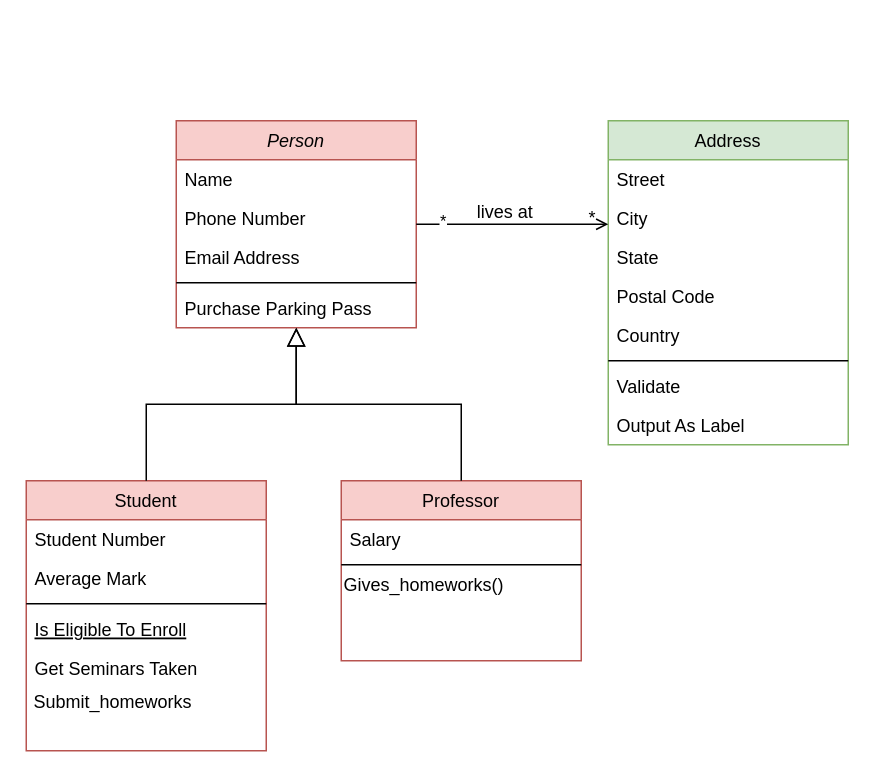
The draw.io diagram Marta Diagram.drawio in martavohnoutova/Marta-Github-Local, before the edit. Source tidied: cells renumbered, new cells numbered last; positions are measured from the earlier drawing's top-left corner, leaving out a move shared by most shapes. Both pictures are drawn from the tidied source at 150%, with x=0, y=0 at pixel (26, 120).
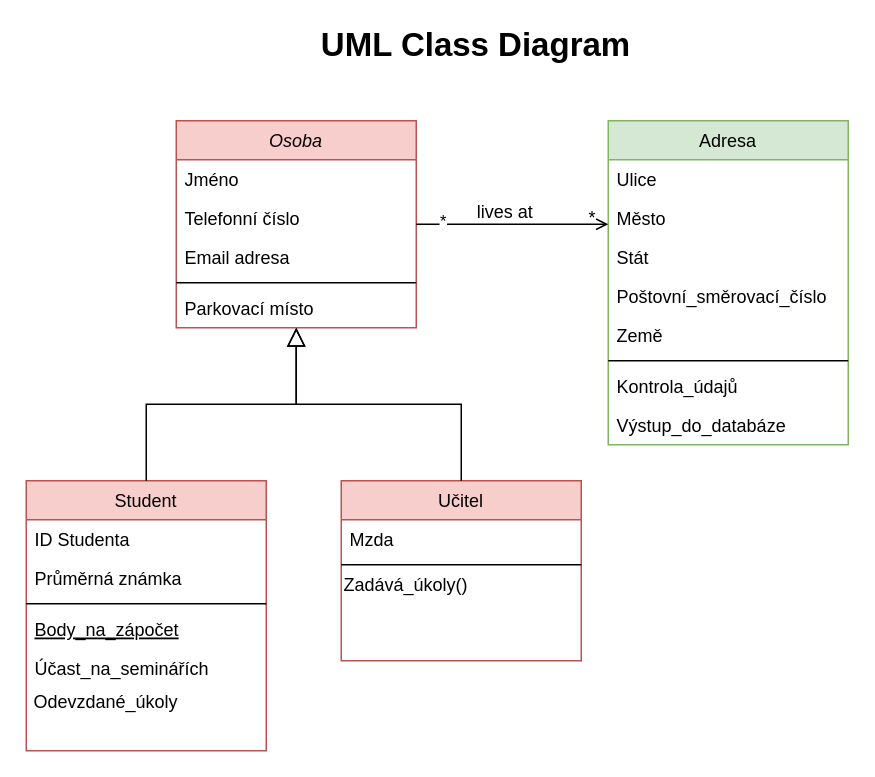
The same diagram, later.

Commit message:
Marta UML Class.drawio

The change refers to these unchanged cells:
```xml
<mxCell id="8" value="Student" style="swimlane;fontStyle=0;align=center;verticalAlign=top;horizontal=1;startSize=26;rounded=0;shadow=0;strokeWidth=1;fillColor=#f8cecc;strokeColor=#b85450;" parent="1" vertex="1">
  <mxGeometry y="240" width="160" height="180" as="geometry" />
</mxCell>
```

The edit, as a diff of the source:
```diff
@@
-    <mxCell id="2" value="Person" style="swimlane;fontStyle=2;align=center;verticalAlign=top;horizontal=1;startSize=26;rounded=0;shadow=0;strokeWidth=1;fillColor=#f8cecc;strokeColor=#b85450;" parent="1" vertex="1">
+    <mxCell id="2" value="Osoba" style="swimlane;fontStyle=2;align=center;verticalAlign=top;horizontal=1;startSize=26;rounded=0;shadow=0;strokeWidth=1;fillColor=#f8cecc;strokeColor=#b85450;" parent="1" vertex="1">
       <mxGeometry x="100" width="160" height="138" as="geometry" />
     </mxCell>
-    <mxCell id="3" value="Name" style="text;align=left;verticalAlign=top;spacingLeft=4;spacingRight=4;overflow=hidden;" parent="2" vertex="1">
+    <mxCell id="3" value="Jméno" style="text;align=left;verticalAlign=top;spacingLeft=4;spacingRight=4;overflow=hidden;" parent="2" vertex="1">
       <mxGeometry y="26" width="160" height="26" as="geometry" />
     </mxCell>
-    <mxCell id="4" value="Phone Number" style="text;align=left;verticalAlign=top;spacingLeft=4;spacingRight=4;overflow=hidden;rounded=0;shadow=0;html=0;" parent="2" vertex="1">
+    <mxCell id="4" value="Telefonní číslo" style="text;align=left;verticalAlign=top;spacingLeft=4;spacingRight=4;overflow=hidden;rounded=0;shadow=0;html=0;" parent="2" vertex="1">
       <mxGeometry y="52" width="160" height="26" as="geometry" />
     </mxCell>
-    <mxCell id="5" value="Email Address" style="text;align=left;verticalAlign=top;spacingLeft=4;spacingRight=4;overflow=hidden;rounded=0;shadow=0;html=0;" parent="2" vertex="1">
+    <mxCell id="5" value="Email adresa" style="text;align=left;verticalAlign=top;spacingLeft=4;spacingRight=4;overflow=hidden;rounded=0;shadow=0;html=0;" parent="2" vertex="1">
       <mxGeometry y="78" width="160" height="26" as="geometry" />
     </mxCell>
@@
-    <mxCell id="7" value="Purchase Parking Pass" style="text;align=left;verticalAlign=top;spacingLeft=4;spacingRight=4;overflow=hidden;" parent="2" vertex="1">
+    <mxCell id="7" value="Parkovací místo" style="text;align=left;verticalAlign=top;spacingLeft=4;spacingRight=4;overflow=hidden;" parent="2" vertex="1">
       <mxGeometry y="112" width="160" height="26" as="geometry" />
     </mxCell>
@@
-    <mxCell id="9" value="Student Number" style="text;align=left;verticalAlign=top;spacingLeft=4;spacingRight=4;overflow=hidden;" parent="8" vertex="1">
+    <mxCell id="9" value="ID Studenta" style="text;align=left;verticalAlign=top;spacingLeft=4;spacingRight=4;overflow=hidden;" parent="8" vertex="1">
       <mxGeometry y="26" width="160" height="26" as="geometry" />
     </mxCell>
-    <mxCell id="10" value="Average Mark" style="text;align=left;verticalAlign=top;spacingLeft=4;spacingRight=4;overflow=hidden;rounded=0;shadow=0;html=0;" parent="8" vertex="1">
+    <mxCell id="10" value="Průměrná známka" style="text;align=left;verticalAlign=top;spacingLeft=4;spacingRight=4;overflow=hidden;rounded=0;shadow=0;html=0;" parent="8" vertex="1">
       <mxGeometry y="52" width="160" height="26" as="geometry" />
     </mxCell>
@@
-    <mxCell id="12" value="Is Eligible To Enroll" style="text;align=left;verticalAlign=top;spacingLeft=4;spacingRight=4;overflow=hidden;fontStyle=4;" parent="8" vertex="1">
+    <mxCell id="12" value="Body_na_zápočet" style="text;align=left;verticalAlign=top;spacingLeft=4;spacingRight=4;overflow=hidden;fontStyle=4;" parent="8" vertex="1">
       <mxGeometry y="86" width="160" height="26" as="geometry" />
     </mxCell>
-    <mxCell id="13" value="Get Seminars Taken" style="text;align=left;verticalAlign=top;spacingLeft=4;spacingRight=4;overflow=hidden;" parent="8" vertex="1">
+    <mxCell id="13" value="Účast_na_seminářích" style="text;align=left;verticalAlign=top;spacingLeft=4;spacingRight=4;overflow=hidden;" parent="8" vertex="1">
       <mxGeometry y="112" width="160" height="26" as="geometry" />
     </mxCell>
-    <mxCell id="14" value="&amp;nbsp;Submit_homeworks" style="text;html=1;align=left;verticalAlign=middle;strokeColor=none;" parent="8" vertex="1">
+    <mxCell id="14" value="&amp;nbsp;Odevzdané_úkoly" style="text;html=1;align=left;verticalAlign=middle;strokeColor=none;" parent="8" vertex="1">
       <mxGeometry y="138" width="160" height="20" as="geometry" />
     </mxCell>
@@
-    <mxCell id="16" value="Professor" style="swimlane;fontStyle=0;align=center;verticalAlign=top;horizontal=1;startSize=26;rounded=0;shadow=0;strokeWidth=1;fillColor=#f8cecc;strokeColor=#b85450;" parent="1" vertex="1">
+    <mxCell id="16" value="Učitel" style="swimlane;fontStyle=0;align=center;verticalAlign=top;horizontal=1;startSize=26;rounded=0;shadow=0;strokeWidth=1;fillColor=#f8cecc;strokeColor=#b85450;" parent="1" vertex="1">
       <mxGeometry x="210" y="240" width="160" height="120" as="geometry" />
     </mxCell>
-    <mxCell id="17" value="Salary" style="text;align=left;verticalAlign=top;spacingLeft=4;spacingRight=4;overflow=hidden;" parent="16" vertex="1">
+    <mxCell id="17" value="Mzda" style="text;align=left;verticalAlign=top;spacingLeft=4;spacingRight=4;overflow=hidden;" parent="16" vertex="1">
       <mxGeometry y="26" width="160" height="26" as="geometry" />
     </mxCell>
@@
-    <mxCell id="19" value="Gives_homeworks()" style="text;html=1;align=left;verticalAlign=middle;strokeColor=none;" parent="16" vertex="1">
+    <mxCell id="19" value="Zadává_úkoly()" style="text;html=1;align=left;verticalAlign=middle;strokeColor=none;" parent="16" vertex="1">
       <mxGeometry y="60" width="160" height="20" as="geometry" />
     </mxCell>
@@
-    <mxCell id="21" value="Address" style="swimlane;fontStyle=0;align=center;verticalAlign=top;horizontal=1;startSize=26;rounded=0;shadow=0;strokeWidth=1;fillColor=#d5e8d4;strokeColor=#82b366;" parent="1" vertex="1">
+    <mxCell id="21" value="Adresa" style="swimlane;fontStyle=0;align=center;verticalAlign=top;horizontal=1;startSize=26;rounded=0;shadow=0;strokeWidth=1;fillColor=#d5e8d4;strokeColor=#82b366;" parent="1" vertex="1">
       <mxGeometry x="388" width="160" height="216" as="geometry" />
     </mxCell>
-    <mxCell id="22" value="Street" style="text;align=left;verticalAlign=top;spacingLeft=4;spacingRight=4;overflow=hidden;" parent="21" vertex="1">
+    <mxCell id="22" value="Ulice" style="text;align=left;verticalAlign=top;spacingLeft=4;spacingRight=4;overflow=hidden;" parent="21" vertex="1">
       <mxGeometry y="26" width="160" height="26" as="geometry" />
     </mxCell>
-    <mxCell id="23" value="City" style="text;align=left;verticalAlign=top;spacingLeft=4;spacingRight=4;overflow=hidden;rounded=0;shadow=0;html=0;" parent="21" vertex="1">
+    <mxCell id="23" value="Město" style="text;align=left;verticalAlign=top;spacingLeft=4;spacingRight=4;overflow=hidden;rounded=0;shadow=0;html=0;" parent="21" vertex="1">
       <mxGeometry y="52" width="160" height="26" as="geometry" />
     </mxCell>
-    <mxCell id="24" value="State" style="text;align=left;verticalAlign=top;spacingLeft=4;spacingRight=4;overflow=hidden;rounded=0;shadow=0;html=0;" parent="21" vertex="1">
+    <mxCell id="24" value="Stát" style="text;align=left;verticalAlign=top;spacingLeft=4;spacingRight=4;overflow=hidden;rounded=0;shadow=0;html=0;" parent="21" vertex="1">
       <mxGeometry y="78" width="160" height="26" as="geometry" />
     </mxCell>
-    <mxCell id="25" value="Postal Code" style="text;align=left;verticalAlign=top;spacingLeft=4;spacingRight=4;overflow=hidden;rounded=0;shadow=0;html=0;" parent="21" vertex="1">
+    <mxCell id="25" value="Poštovní_směrovací_číslo" style="text;align=left;verticalAlign=top;spacingLeft=4;spacingRight=4;overflow=hidden;rounded=0;shadow=0;html=0;" parent="21" vertex="1">
       <mxGeometry y="104" width="160" height="26" as="geometry" />
     </mxCell>
-    <mxCell id="26" value="Country" style="text;align=left;verticalAlign=top;spacingLeft=4;spacingRight=4;overflow=hidden;rounded=0;shadow=0;html=0;" parent="21" vertex="1">
+    <mxCell id="26" value="Země" style="text;align=left;verticalAlign=top;spacingLeft=4;spacingRight=4;overflow=hidden;rounded=0;shadow=0;html=0;" parent="21" vertex="1">
       <mxGeometry y="130" width="160" height="26" as="geometry" />
     </mxCell>
@@
-    <mxCell id="28" value="Validate" style="text;align=left;verticalAlign=top;spacingLeft=4;spacingRight=4;overflow=hidden;" parent="21" vertex="1">
+    <mxCell id="28" value="Kontrola_údajů" style="text;align=left;verticalAlign=top;spacingLeft=4;spacingRight=4;overflow=hidden;" parent="21" vertex="1">
       <mxGeometry y="164" width="160" height="26" as="geometry" />
     </mxCell>
-    <mxCell id="29" value="Output As Label" style="text;align=left;verticalAlign=top;spacingLeft=4;spacingRight=4;overflow=hidden;" parent="21" vertex="1">
+    <mxCell id="29" value="Výstup_do_databáze" style="text;align=left;verticalAlign=top;spacingLeft=4;spacingRight=4;overflow=hidden;" parent="21" vertex="1">
       <mxGeometry y="190" width="160" height="26" as="geometry" />
     </mxCell>
@@
+    <mxCell id="34" value="&lt;font style=&quot;font-size: 22px&quot;&gt;&lt;b&gt;UML Class Diagram&lt;/b&gt;&lt;/font&gt;" style="text;html=1;strokeColor=none;fillColor=none;align=center;verticalAlign=middle;whiteSpace=wrap;rounded=0;" parent="1" vertex="1">
+      <mxGeometry x="150" y="-60" width="300" height="20" as="geometry" />
+    </mxCell>
```
